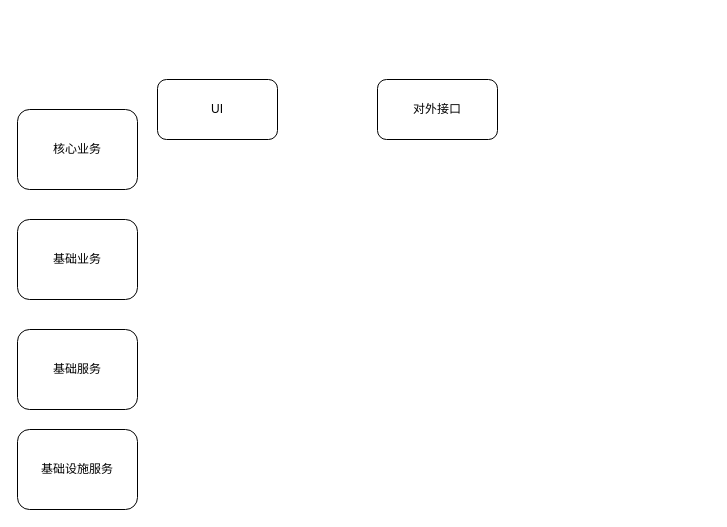
This is Untitled Diagram.drawio from luyuandeng/test, a draw.io file, before an edit. Source tidied: cells renumbered, new cells numbered last; positions are measured from the earlier drawing's top-left corner, leaving out a move shared by most shapes. Both pictures are drawn from the tidied source at 100%, with x=0, y=0 at pixel (17, 79).
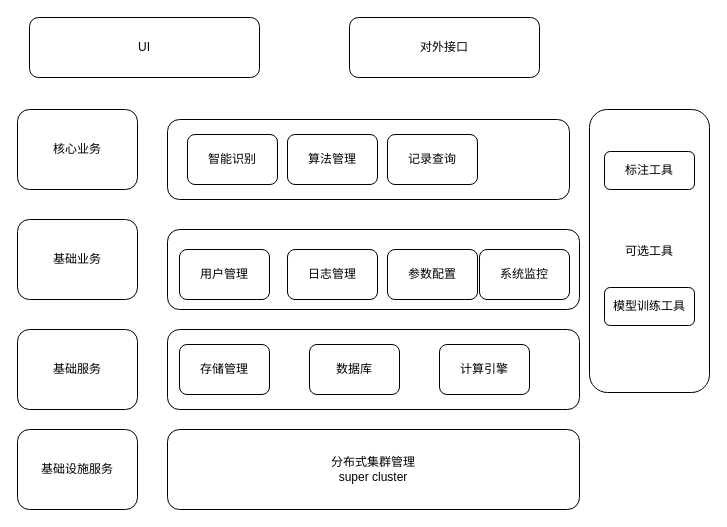
The same diagram, later.

Diff of the diagram source:
```diff
@@
     <mxCell id="2" value="UI" style="rounded=1;whiteSpace=wrap;html=1;" parent="1" vertex="1">
-      <mxGeometry x="140" width="120" height="60" as="geometry" />
+      <mxGeometry x="12" y="-62" width="230" height="60" as="geometry" />
     </mxCell>
     <mxCell id="3" value="对外接口" style="rounded=1;whiteSpace=wrap;html=1;" parent="1" vertex="1">
-      <mxGeometry x="360" width="120" height="60" as="geometry" />
+      <mxGeometry x="332" y="-62" width="190" height="60" as="geometry" />
     </mxCell>
@@
+    <mxCell id="8" style="rounded=1;whiteSpace=wrap;html=1;" parent="1" vertex="1">
+      <mxGeometry x="150" y="40" width="402" height="80" as="geometry" />
+    </mxCell>
+    <mxCell id="9" value="分布式集群管理&lt;br&gt;super cluster" style="rounded=1;whiteSpace=wrap;html=1;" parent="1" vertex="1">
+      <mxGeometry x="150" y="350" width="412" height="80" as="geometry" />
+    </mxCell>
+    <mxCell id="10" style="rounded=1;whiteSpace=wrap;html=1;" parent="1" vertex="1">
+      <mxGeometry x="150" y="250" width="412" height="80" as="geometry" />
+    </mxCell>
+    <mxCell id="11" style="rounded=1;whiteSpace=wrap;html=1;" parent="1" vertex="1">
+      <mxGeometry x="150" y="150" width="412" height="80" as="geometry" />
+    </mxCell>
+    <mxCell id="12" value="智能识别" style="rounded=1;whiteSpace=wrap;html=1;" parent="1" vertex="1">
+      <mxGeometry x="170" y="55" width="90" height="50" as="geometry" />
+    </mxCell>
+    <mxCell id="13" value="算法管理" style="rounded=1;whiteSpace=wrap;html=1;" parent="1" vertex="1">
+      <mxGeometry x="270" y="55" width="90" height="50" as="geometry" />
+    </mxCell>
+    <mxCell id="14" value="记录查询" style="rounded=1;whiteSpace=wrap;html=1;" parent="1" vertex="1">
+      <mxGeometry x="370" y="55" width="90" height="50" as="geometry" />
+    </mxCell>
+    <mxCell id="15" value="用户管理" style="rounded=1;whiteSpace=wrap;html=1;" parent="1" vertex="1">
+      <mxGeometry x="162" y="170" width="90" height="50" as="geometry" />
+    </mxCell>
+    <mxCell id="16" value="日志管理" style="rounded=1;whiteSpace=wrap;html=1;" parent="1" vertex="1">
+      <mxGeometry x="270" y="170" width="90" height="50" as="geometry" />
+    </mxCell>
+    <mxCell id="17" value="参数配置" style="rounded=1;whiteSpace=wrap;html=1;" parent="1" vertex="1">
+      <mxGeometry x="370" y="170" width="90" height="50" as="geometry" />
+    </mxCell>
+    <mxCell id="18" value="存储管理" style="rounded=1;whiteSpace=wrap;html=1;" parent="1" vertex="1">
+      <mxGeometry x="162" y="265" width="90" height="50" as="geometry" />
+    </mxCell>
+    <mxCell id="19" value="数据库" style="rounded=1;whiteSpace=wrap;html=1;" parent="1" vertex="1">
+      <mxGeometry x="292" y="265" width="90" height="50" as="geometry" />
+    </mxCell>
+    <mxCell id="20" value="计算引擎" style="rounded=1;whiteSpace=wrap;html=1;" parent="1" vertex="1">
+      <mxGeometry x="422" y="265" width="90" height="50" as="geometry" />
+    </mxCell>
+    <mxCell id="21" value="系统监控" style="rounded=1;whiteSpace=wrap;html=1;" parent="1" vertex="1">
+      <mxGeometry x="462" y="170" width="90" height="50" as="geometry" />
+    </mxCell>
+    <mxCell id="22" value="可选工具" style="rounded=1;whiteSpace=wrap;html=1;" parent="1" vertex="1">
+      <mxGeometry x="572" y="30" width="120" height="283" as="geometry" />
+    </mxCell>
+    <mxCell id="23" value="标注工具" style="rounded=1;whiteSpace=wrap;html=1;" parent="1" vertex="1">
+      <mxGeometry x="587" y="72" width="90" height="38" as="geometry" />
+    </mxCell>
+    <mxCell id="24" value="模型训练工具" style="rounded=1;whiteSpace=wrap;html=1;" parent="1" vertex="1">
+      <mxGeometry x="587" y="208" width="90" height="38" as="geometry" />
+    </mxCell>
```
